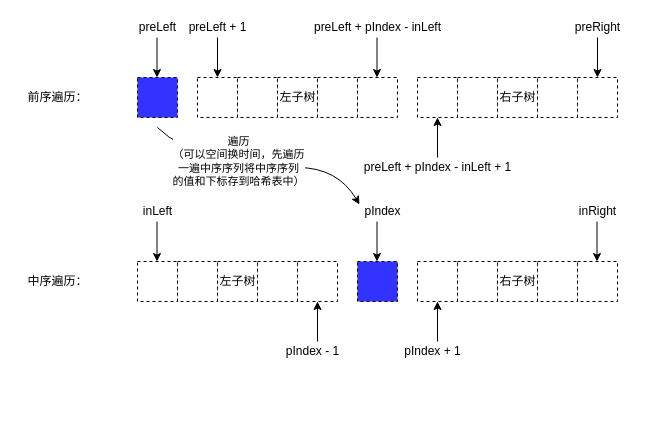
Before: Leetcode/106. 从中序与后序遍历序列构造二叉树.drawio in zhanyeye/diagrams, a draw.io diagram. Source tidied: cells renumbered, new cells numbered last; positions are measured from the earlier drawing's top-left corner, leaving out a move shared by most shapes. Both pictures are drawn from the tidied source at 100%, with x=0, y=0 at pixel (17, 17).
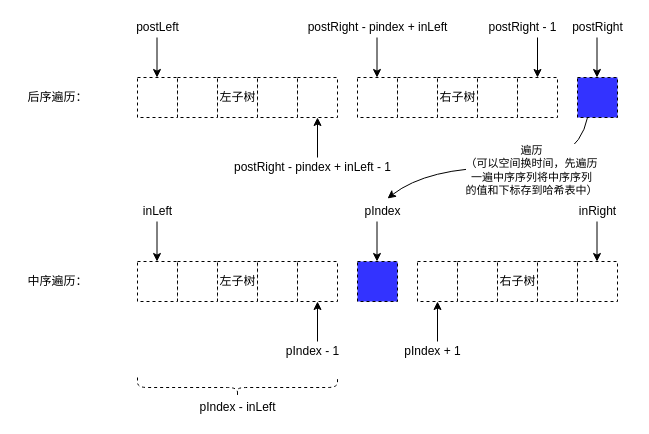
The same page after the edit.

Commit message:
Update 106. 从中序与后序遍历序列构造二叉树.drawio

Unchanged cells that the change refers to:
```xml
<mxCell id="43" value="pIndex" style="text;html=1;align=center;verticalAlign=middle;points=[];" parent="1" vertex="1">
  <mxGeometry x="340" y="184" width="50" height="20" as="geometry" />
</mxCell>
```

The edit, as a diff of the source:
```diff
@@
     <mxCell id="2" style="rounded=0;whiteSpace=wrap;html=1;fillColor=#3333FF;dashed=1;" parent="1" vertex="1">
-      <mxGeometry x="120" y="60" width="40" height="40" as="geometry" />
+      <mxGeometry x="560" y="60" width="40" height="40" as="geometry" />
     </mxCell>
@@
     <mxCell id="4" style="group;dashed=1;" parent="1" vertex="1">
-      <mxGeometry x="180" y="60" width="200" height="40" as="geometry" />
+      <mxGeometry x="120" y="60" width="200" height="40" as="geometry" />
     </mxCell>
@@
     <mxCell id="11" style="group;dashed=1;" parent="1" vertex="1">
-      <mxGeometry x="400" y="60" width="200" height="40" as="geometry" />
+      <mxGeometry x="340" y="60" width="200" height="40" as="geometry" />
     </mxCell>
@@
-    <mxCell id="32" style="endArrow=classic;html=1;" parent="1" edge="1">
-      <mxGeometry relative="1" as="geometry">
-        <mxPoint x="139.5" y="20" as="sourcePoint" />
-        <mxPoint x="139.5" y="60" as="targetPoint" />
-      </mxGeometry>
-    </mxCell>
-    <mxCell id="33" value="preLeft" style="text;html=1;align=center;verticalAlign=middle;" parent="1" vertex="1">
-      <mxGeometry x="115" width="50" height="20" as="geometry" />
-    </mxCell>
     <mxCell id="34" style="endArrow=classic;html=1;" parent="1" edge="1">
       <mxGeometry relative="1" as="geometry">
-        <mxPoint x="580" y="20" as="sourcePoint" />
-        <mxPoint x="580" y="60" as="targetPoint" />
+        <mxPoint x="520" y="20" as="sourcePoint" />
+        <mxPoint x="520" y="60" as="targetPoint" />
       </mxGeometry>
     </mxCell>
-    <mxCell id="35" value="preRight" style="text;html=1;align=center;verticalAlign=middle;" parent="1" vertex="1">
-      <mxGeometry x="550" width="60" height="20" as="geometry" />
-    </mxCell>
@@
-    <mxCell id="40" style="endArrow=classic;html=1;" parent="1" edge="1">
-      <mxGeometry relative="1" as="geometry">
-        <mxPoint x="200" y="20" as="sourcePoint" />
-        <mxPoint x="200" y="60" as="targetPoint" />
-      </mxGeometry>
-    </mxCell>
-    <mxCell id="41" value="preLeft + 1" style="text;html=1;align=center;verticalAlign=middle;" parent="1" vertex="1">
-      <mxGeometry x="165" width="70" height="20" as="geometry" />
-    </mxCell>
@@
-    <mxCell id="44" style="curved=1;endArrow=classic;html=1;entryX=0.04;entryY=0.15;entryDx=0;entryDy=0;entryPerimeter=0;" parent="1" edge="1" target="43">
+    <mxCell id="44" style="curved=1;endArrow=classic;html=1;entryX=0.6;entryY=-0.15;entryDx=0;entryDy=0;entryPerimeter=0;exitX=0.25;exitY=1;exitDx=0;exitDy=0;" parent="1" edge="1" source="2" target="43">
       <mxGeometry relative="1" as="geometry">
-        <mxPoint x="140" y="110" as="sourcePoint" />
         <Array as="points">
-          <mxPoint x="160" y="130" />
-          <mxPoint x="240" y="150" />
-          <mxPoint x="320" y="150" />
+          <mxPoint x="560" y="150" />
+          <mxPoint x="410" y="150" />
         </Array>
       </mxGeometry>
     </mxCell>
@@
-    <mxCell id="50" style="endArrow=classic;html=1;" parent="1" edge="1">
-      <mxGeometry relative="1" as="geometry">
-        <mxPoint x="359.5" y="20" as="sourcePoint" />
-        <mxPoint x="359.5" y="60" as="targetPoint" />
-      </mxGeometry>
-    </mxCell>
-    <mxCell id="51" value="preLeft + pIndex - inLeft" style="text;html=1;align=center;verticalAlign=middle;" parent="1" vertex="1">
-      <mxGeometry x="290" width="140" height="20" as="geometry" />
-    </mxCell>
     <mxCell id="52" style="endArrow=classic;html=1;" parent="1" edge="1">
       <mxGeometry relative="1" as="geometry">
-        <mxPoint x="420" y="140" as="sourcePoint" />
-        <mxPoint x="420" y="100" as="targetPoint" />
+        <mxPoint x="300" y="140" as="sourcePoint" />
+        <mxPoint x="300" y="100" as="targetPoint" />
       </mxGeometry>
     </mxCell>
-    <mxCell id="53" value="preLeft + pIndex - inLeft + 1" style="text;html=1;align=center;verticalAlign=middle;rotation=0;" parent="1" vertex="1">
-      <mxGeometry x="340" y="140" width="160" height="20" as="geometry" />
-    </mxCell>
-    <mxCell id="54" value="前序遍历：" style="text;html=1;align=center;verticalAlign=middle;" parent="1" vertex="1">
+    <mxCell id="54" value="后序遍历：" style="text;html=1;align=center;verticalAlign=middle;" parent="1" vertex="1">
       <mxGeometry y="70" width="80" height="20" as="geometry" />
     </mxCell>
@@
+    <mxCell id="56" style="endArrow=classic;html=1;" parent="1" edge="1">
+      <mxGeometry relative="1" as="geometry">
+        <mxPoint x="139.5" y="20" as="sourcePoint" />
+        <mxPoint x="139.5" y="60" as="targetPoint" />
+      </mxGeometry>
+    </mxCell>
+    <mxCell id="57" style="endArrow=classic;html=1;" parent="1" edge="1">
+      <mxGeometry relative="1" as="geometry">
+        <mxPoint x="579.5" y="20" as="sourcePoint" />
+        <mxPoint x="579.5" y="60" as="targetPoint" />
+      </mxGeometry>
+    </mxCell>
+    <mxCell id="58" value="postLeft" style="text;html=1;align=center;verticalAlign=middle;" parent="1" vertex="1">
+      <mxGeometry x="110" width="60" height="20" as="geometry" />
+    </mxCell>
+    <mxCell id="59" value="postRight" style="text;html=1;align=center;verticalAlign=middle;" parent="1" vertex="1">
+      <mxGeometry x="545" width="70" height="20" as="geometry" />
+    </mxCell>
+    <mxCell id="60" style="shape=curlyBracket;whiteSpace=wrap;html=1;rounded=1;dashed=1;fillColor=#3333FF;direction=north;" parent="1" vertex="1">
+      <mxGeometry x="120" y="360" width="200" height="20" as="geometry" />
+    </mxCell>
+    <mxCell id="61" value="pIndex - inLeft" style="text;html=1;align=center;verticalAlign=middle;" parent="1" vertex="1">
+      <mxGeometry x="175" y="380" width="90" height="20" as="geometry" />
+    </mxCell>
+    <mxCell id="62" value="postRight - 1" style="text;html=1;align=center;verticalAlign=middle;" parent="1" vertex="1">
+      <mxGeometry x="465" width="80" height="20" as="geometry" />
+    </mxCell>
+    <mxCell id="63" style="endArrow=classic;html=1;" parent="1" edge="1">
+      <mxGeometry relative="1" as="geometry">
+        <mxPoint x="359.5" y="20" as="sourcePoint" />
+        <mxPoint x="359.5" y="60" as="targetPoint" />
+      </mxGeometry>
+    </mxCell>
+    <mxCell id="64" value="postRight - pindex + inLeft" style="text;html=1;align=center;verticalAlign=middle;" parent="1" vertex="1">
+      <mxGeometry x="280" width="160" height="20" as="geometry" />
+    </mxCell>
+    <mxCell id="65" value="postRight - pindex + inLeft - 1" style="text;html=1;align=center;verticalAlign=middle;" parent="1" vertex="1">
+      <mxGeometry x="210" y="140" width="170" height="20" as="geometry" />
+    </mxCell>
```
